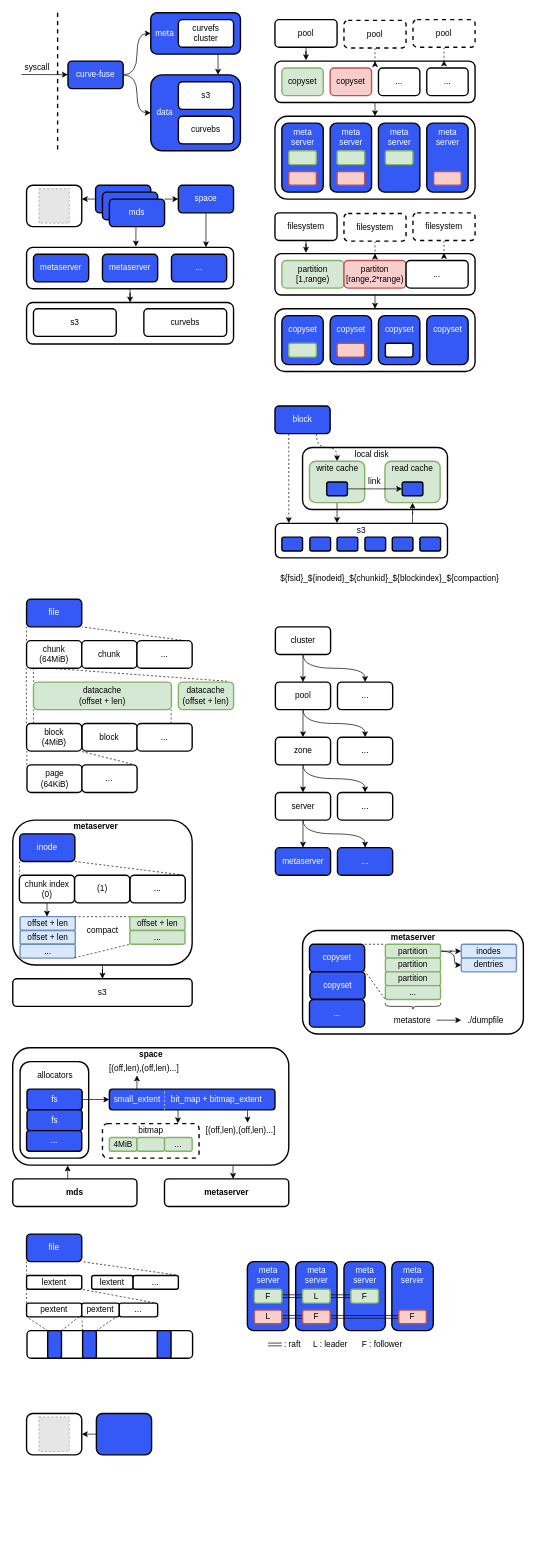
Above: page "curvefs" (1 of 2) of curve/curve.drawio in EarthWind/deeparch (draw.io), before the change. Source tidied: cells renumbered, new cells numbered last; positions are measured from the earlier drawing's top-left corner, leaving out a move shared by most shapes. Both pictures are drawn from the tidied source at 69%, with x=0, y=0 at pixel (12, 12). Pictures stored in the file or linked from it are replaced by grey dashed boxes.
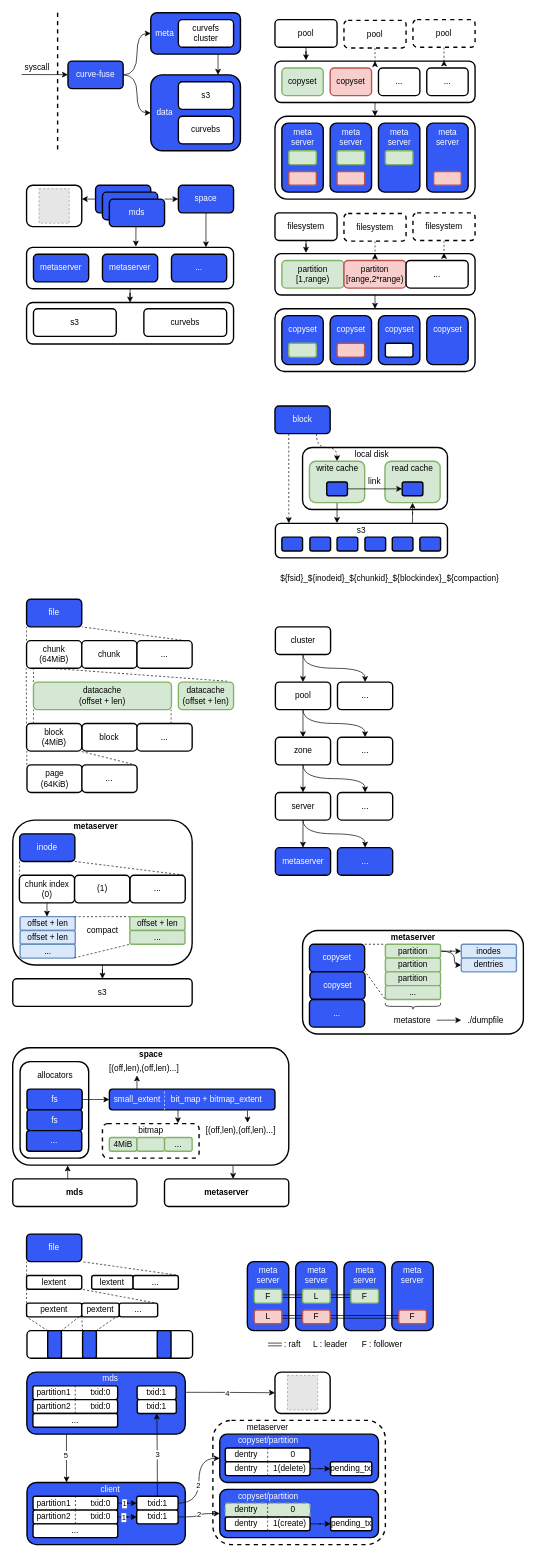
The same diagram, later.

Unchanged cells that the change refers to:
```xml
<mxCell id="254" style="rounded=1;whiteSpace=wrap;html=1;strokeWidth=2;fillWeight=1;hachureGap=4;hachureAngle=45;sketch=0;shadow=0;" parent="253" vertex="1">
  <mxGeometry width="80" height="60" as="geometry" />
</mxCell>
```

Diff of the diagram source:
```diff
@@
+    <mxCell id="257" style="rounded=1;whiteSpace=wrap;html=1;strokeWidth=2;fillWeight=1;hachureGap=4;hachureAngle=45;sketch=0;shadow=0;dashed=1;" parent="1" vertex="1">
+      <mxGeometry x="290" y="2040" width="250" height="180" as="geometry" />
+    </mxCell>
@@
-    <mxCell id="252" style="edgeStyle=orthogonalEdgeStyle;curved=1;rounded=0;sketch=0;jettySize=auto;html=1;fontColor=#FFFFFF;exitX=0;exitY=0.5;exitDx=0;exitDy=0;" parent="1" edge="1" source="256">
-      <mxGeometry relative="1" as="geometry">
-        <mxPoint x="100" y="2060" as="targetPoint" />
-      </mxGeometry>
+    <mxCell id="252" style="edgeStyle=orthogonalEdgeStyle;curved=1;rounded=0;sketch=0;jettySize=auto;html=1;fontColor=#FFFFFF;exitX=0.998;exitY=0.326;exitDx=0;exitDy=0;entryX=0;entryY=0.5;entryDx=0;entryDy=0;exitPerimeter=0;" parent="1" edge="1" source="256" target="254">
+      <mxGeometry relative="1" as="geometry" />
     </mxCell>
+    <mxCell id="258" value="4" style="edgeLabel;html=1;align=center;verticalAlign=middle;fontColor=#000000;" parent="252" vertex="1">
+      <mxGeometry x="-0.2" relative="1" as="geometry">
+        <mxPoint x="9" y="1" as="offset" />
+      </mxGeometry>
+    </mxCell>
     <mxCell id="253" style="group;" parent="1" vertex="1">
-      <mxGeometry x="20" y="2030" width="80" height="60" as="geometry" />
+      <mxGeometry x="380" y="1970" width="80" height="60" as="geometry" />
     </mxCell>
@@
+    <mxCell id="259" style="edgeStyle=orthogonalEdgeStyle;curved=1;rounded=0;jettySize=auto;html=1;fontColor=#000000;startArrow=none;startFill=0;strokeColor=#000000;exitX=0.25;exitY=1;exitDx=0;exitDy=0;entryX=0.25;entryY=0;entryDx=0;entryDy=0;" parent="1" edge="1" source="256" target="274">
+      <mxGeometry relative="1" as="geometry" />
+    </mxCell>
+    <mxCell id="260" value="5" style="edgeLabel;html=1;align=center;verticalAlign=middle;fontColor=#000000;" parent="259" vertex="1">
+      <mxGeometry x="-0.14" y="-1" relative="1" as="geometry" />
+    </mxCell>
     <mxCell id="256" style="rounded=1;whiteSpace=wrap;html=1;strokeWidth=2;fillWeight=1;hachureGap=4;hachureAngle=45;fillColor=#3459F4;sketch=0;shadow=0;fontColor=#FFFFFF;" parent="1" vertex="1">
-      <mxGeometry x="121.2" y="2030" width="80" height="60" as="geometry" />
+      <mxGeometry x="20.4" y="1970" width="229.6" height="90" as="geometry" />
     </mxCell>
+    <mxCell id="261" style="group;" parent="1" vertex="1">
+      <mxGeometry x="29.2" y="1990" width="122.8" height="20" as="geometry" />
+    </mxCell>
+    <mxCell id="262" style="rounded=1;whiteSpace=wrap;html=1;strokeWidth=2;fillWeight=1;hachureGap=4;hachureAngle=45;sketch=0;shadow=0;" parent="261" vertex="1">
+      <mxGeometry width="122.8" height="20" as="geometry" />
+    </mxCell>
+    <mxCell id="263" value="partition1" style="text;html=1;align=center;verticalAlign=middle;strokeColor=none;fillColor=none;" parent="261" vertex="1">
+      <mxGeometry width="60" height="20" as="geometry" />
+    </mxCell>
+    <mxCell id="264" style="endArrow=none;dashed=1;html=1;rounded=0;curved=1;entryX=0.5;entryY=0;entryDx=0;entryDy=0;exitX=0.5;exitY=1;exitDx=0;exitDy=0;" parent="261" edge="1" source="262" target="262">
+      <mxGeometry relative="1" as="geometry" />
+    </mxCell>
+    <mxCell id="265" value="txid:0" style="text;html=1;align=center;verticalAlign=middle;strokeColor=none;fillColor=none;" parent="261" vertex="1">
+      <mxGeometry x="77.8" width="40" height="20" as="geometry" />
+    </mxCell>
+    <mxCell id="266" style="group;" parent="1" vertex="1">
+      <mxGeometry x="29.2" y="2010" width="122.8" height="20" as="geometry" />
+    </mxCell>
+    <mxCell id="267" style="rounded=1;whiteSpace=wrap;html=1;strokeWidth=2;fillWeight=1;hachureGap=4;hachureAngle=45;sketch=0;shadow=0;" parent="266" vertex="1">
+      <mxGeometry width="122.8" height="20" as="geometry" />
+    </mxCell>
+    <mxCell id="268" value="partition2" style="text;html=1;align=center;verticalAlign=middle;strokeColor=none;fillColor=none;" parent="266" vertex="1">
+      <mxGeometry width="60" height="20" as="geometry" />
+    </mxCell>
+    <mxCell id="269" style="endArrow=none;dashed=1;html=1;rounded=0;curved=1;entryX=0.5;entryY=0;entryDx=0;entryDy=0;exitX=0.5;exitY=1;exitDx=0;exitDy=0;" parent="266" edge="1" source="267" target="267">
+      <mxGeometry relative="1" as="geometry" />
+    </mxCell>
+    <mxCell id="270" value="txid:0" style="text;html=1;align=center;verticalAlign=middle;strokeColor=none;fillColor=none;" parent="266" vertex="1">
+      <mxGeometry x="77.8" width="40" height="20" as="geometry" />
+    </mxCell>
+    <mxCell id="271" style="group;" parent="1" vertex="1">
+      <mxGeometry x="29.2" y="2030" width="122.8" height="20" as="geometry" />
+    </mxCell>
+    <mxCell id="272" value="..." style="rounded=1;whiteSpace=wrap;html=1;strokeWidth=2;fillWeight=1;hachureGap=4;hachureAngle=45;sketch=0;shadow=0;" parent="271" vertex="1">
+      <mxGeometry width="122.8" height="20" as="geometry" />
+    </mxCell>
+    <mxCell id="273" value="mds" style="text;html=1;align=center;verticalAlign=middle;strokeColor=none;fillColor=none;fontColor=#FFFFFF;" parent="1" vertex="1">
+      <mxGeometry x="121.2" y="1970" width="40" height="20" as="geometry" />
+    </mxCell>
+    <mxCell id="274" style="rounded=1;whiteSpace=wrap;html=1;strokeWidth=2;fillWeight=1;hachureGap=4;hachureAngle=45;fillColor=#3459F4;sketch=0;shadow=0;fontColor=#FFFFFF;" parent="1" vertex="1">
+      <mxGeometry x="20.6" y="2130" width="229.4" height="90" as="geometry" />
+    </mxCell>
+    <mxCell id="275" style="group;" parent="1" vertex="1">
+      <mxGeometry x="29.4" y="2150" width="137.8" height="20" as="geometry" />
+    </mxCell>
+    <mxCell id="276" style="rounded=1;whiteSpace=wrap;html=1;strokeWidth=2;fillWeight=1;hachureGap=4;hachureAngle=45;sketch=0;shadow=0;" parent="275" vertex="1">
+      <mxGeometry width="122.8" height="20" as="geometry" />
+    </mxCell>
+    <mxCell id="277" value="partition1" style="text;html=1;align=center;verticalAlign=middle;strokeColor=none;fillColor=none;" parent="275" vertex="1">
+      <mxGeometry width="60" height="20" as="geometry" />
+    </mxCell>
+    <mxCell id="278" style="endArrow=none;dashed=1;html=1;rounded=0;curved=1;entryX=0.5;entryY=0;entryDx=0;entryDy=0;exitX=0.5;exitY=1;exitDx=0;exitDy=0;" parent="275" edge="1" source="276" target="276">
+      <mxGeometry relative="1" as="geometry" />
+    </mxCell>
+    <mxCell id="279" value="txid:0" style="text;html=1;align=center;verticalAlign=middle;strokeColor=none;fillColor=none;" parent="275" vertex="1">
+      <mxGeometry x="77.8" width="40" height="20" as="geometry" />
+    </mxCell>
+    <mxCell id="280" style="group;" parent="1" vertex="1">
+      <mxGeometry x="29.4" y="2170" width="122.8" height="20" as="geometry" />
+    </mxCell>
+    <mxCell id="281" style="rounded=1;whiteSpace=wrap;html=1;strokeWidth=2;fillWeight=1;hachureGap=4;hachureAngle=45;sketch=0;shadow=0;" parent="280" vertex="1">
+      <mxGeometry width="122.8" height="20" as="geometry" />
+    </mxCell>
+    <mxCell id="282" value="partition2" style="text;html=1;align=center;verticalAlign=middle;strokeColor=none;fillColor=none;" parent="280" vertex="1">
+      <mxGeometry width="60" height="20" as="geometry" />
+    </mxCell>
+    <mxCell id="283" style="endArrow=none;dashed=1;html=1;rounded=0;curved=1;entryX=0.5;entryY=0;entryDx=0;entryDy=0;exitX=0.5;exitY=1;exitDx=0;exitDy=0;" parent="280" edge="1" source="281" target="281">
+      <mxGeometry relative="1" as="geometry" />
+    </mxCell>
+    <mxCell id="284" value="txid:0" style="text;html=1;align=center;verticalAlign=middle;strokeColor=none;fillColor=none;" parent="280" vertex="1">
+      <mxGeometry x="77.8" width="40" height="20" as="geometry" />
+    </mxCell>
+    <mxCell id="285" style="group;" parent="1" vertex="1">
+      <mxGeometry x="29.4" y="2190" width="122.8" height="20" as="geometry" />
+    </mxCell>
+    <mxCell id="286" value="..." style="rounded=1;whiteSpace=wrap;html=1;strokeWidth=2;fillWeight=1;hachureGap=4;hachureAngle=45;sketch=0;shadow=0;" parent="285" vertex="1">
+      <mxGeometry width="122.8" height="20" as="geometry" />
+    </mxCell>
+    <mxCell id="287" value="client" style="text;html=1;align=center;verticalAlign=middle;strokeColor=none;fillColor=none;fontColor=#FFFFFF;" parent="1" vertex="1">
+      <mxGeometry x="121.2" y="2130" width="40" height="20" as="geometry" />
+    </mxCell>
+    <mxCell id="288" style="rounded=1;whiteSpace=wrap;html=1;strokeWidth=2;fillWeight=1;hachureGap=4;hachureAngle=45;fillColor=#3459F4;sketch=0;shadow=0;fontColor=#FFFFFF;" parent="1" vertex="1">
+      <mxGeometry x="300" y="2060" width="230" height="70" as="geometry" />
+    </mxCell>
+    <mxCell id="289" style="group;" parent="1" vertex="1">
+      <mxGeometry x="308" y="2080" width="122.8" height="20" as="geometry" />
+    </mxCell>
+    <mxCell id="290" style="rounded=1;whiteSpace=wrap;html=1;strokeWidth=2;fillWeight=1;hachureGap=4;hachureAngle=45;sketch=0;shadow=0;" parent="289" vertex="1">
+      <mxGeometry width="122.8" height="20" as="geometry" />
+    </mxCell>
+    <mxCell id="291" value="dentry" style="text;html=1;align=center;verticalAlign=middle;strokeColor=none;fillColor=none;" parent="289" vertex="1">
+      <mxGeometry x="5" width="50" height="20" as="geometry" />
+    </mxCell>
+    <mxCell id="292" style="endArrow=none;dashed=1;html=1;rounded=0;curved=1;entryX=0.5;entryY=0;entryDx=0;entryDy=0;exitX=0.5;exitY=1;exitDx=0;exitDy=0;" parent="289" edge="1" source="290" target="290">
+      <mxGeometry relative="1" as="geometry" />
+    </mxCell>
+    <mxCell id="293" value="0" style="text;html=1;align=center;verticalAlign=middle;strokeColor=none;fillColor=none;" parent="289" vertex="1">
+      <mxGeometry x="87.8" width="20" height="20" as="geometry" />
+    </mxCell>
+    <mxCell id="294" value="copyset/partition" style="text;html=1;align=center;verticalAlign=middle;strokeColor=none;fillColor=none;fontColor=#FFFFFF;" parent="1" vertex="1">
+      <mxGeometry x="320.2" y="2060" width="100" height="20" as="geometry" />
+    </mxCell>
+    <mxCell id="295" style="rounded=1;whiteSpace=wrap;html=1;strokeWidth=2;fillWeight=1;hachureGap=4;hachureAngle=45;fillColor=#3459F4;sketch=0;shadow=0;fontColor=#FFFFFF;" parent="1" vertex="1">
+      <mxGeometry x="300" y="2140" width="230" height="70" as="geometry" />
+    </mxCell>
+    <mxCell id="296" value="copyset/partition" style="text;html=1;align=center;verticalAlign=middle;strokeColor=none;fillColor=none;fontColor=#FFFFFF;" parent="1" vertex="1">
+      <mxGeometry x="320.2" y="2140" width="100" height="20" as="geometry" />
+    </mxCell>
+    <mxCell id="297" value="metaserver" style="text;html=1;align=center;verticalAlign=middle;strokeColor=none;fillColor=none;fontColor=#000000;" parent="1" vertex="1">
+      <mxGeometry x="329.4" y="2040" width="80" height="20" as="geometry" />
+    </mxCell>
+    <mxCell id="298" style="group;" parent="1" vertex="1">
+      <mxGeometry x="179.6" y="2150" width="60" height="20" as="geometry" />
+    </mxCell>
+    <mxCell id="299" value="txid:1" style="rounded=1;whiteSpace=wrap;html=1;strokeWidth=2;fillWeight=1;hachureGap=4;hachureAngle=45;sketch=0;shadow=0;" parent="298" vertex="1">
+      <mxGeometry width="60" height="20" as="geometry" />
+    </mxCell>
+    <mxCell id="300" style="group;" parent="1" vertex="1">
+      <mxGeometry x="179.6" y="2170" width="60" height="20" as="geometry" />
+    </mxCell>
+    <mxCell id="301" value="txid:1" style="rounded=1;whiteSpace=wrap;html=1;strokeWidth=2;fillWeight=1;hachureGap=4;hachureAngle=45;sketch=0;shadow=0;" parent="300" vertex="1">
+      <mxGeometry width="60" height="20" as="geometry" />
+    </mxCell>
+    <mxCell id="302" style="edgeStyle=orthogonalEdgeStyle;curved=1;rounded=0;jettySize=auto;html=1;fontColor=#000000;startArrow=none;startFill=0;entryX=0;entryY=0.5;entryDx=0;entryDy=0;strokeColor=#000000;" parent="1" edge="1" source="276" target="299">
+      <mxGeometry relative="1" as="geometry" />
+    </mxCell>
+    <mxCell id="303" value="1" style="edgeLabel;html=1;align=center;verticalAlign=middle;fontColor=#000000;" parent="302" vertex="1">
+      <mxGeometry x="-0.29" relative="1" as="geometry">
+        <mxPoint x="-10" as="offset" />
+      </mxGeometry>
+    </mxCell>
+    <mxCell id="304" style="edgeStyle=orthogonalEdgeStyle;curved=1;rounded=0;jettySize=auto;html=1;fontColor=#000000;startArrow=none;startFill=0;strokeColor=#000000;" parent="1" edge="1" source="281" target="301">
+      <mxGeometry relative="1" as="geometry" />
+    </mxCell>
+    <mxCell id="305" value="1" style="edgeLabel;html=1;align=center;verticalAlign=middle;fontColor=#000000;" parent="304" vertex="1">
+      <mxGeometry x="-0.31" y="1" relative="1" as="geometry">
+        <mxPoint x="-10" y="1" as="offset" />
+      </mxGeometry>
+    </mxCell>
+    <mxCell id="306" style="group;" parent="1" vertex="1">
+      <mxGeometry x="180.2" y="1990" width="56.6" height="20" as="geometry" />
+    </mxCell>
+    <mxCell id="307" value="txid:1" style="rounded=1;whiteSpace=wrap;html=1;strokeWidth=2;fillWeight=1;hachureGap=4;hachureAngle=45;sketch=0;shadow=0;" parent="306" vertex="1">
+      <mxGeometry width="56.6" height="20" as="geometry" />
+    </mxCell>
+    <mxCell id="308" style="group;" parent="1" vertex="1">
+      <mxGeometry x="180.4" y="2010" width="56.6" height="20" as="geometry" />
+    </mxCell>
+    <mxCell id="309" value="txid:1" style="rounded=1;whiteSpace=wrap;html=1;strokeWidth=2;fillWeight=1;hachureGap=4;hachureAngle=45;sketch=0;shadow=0;" parent="308" vertex="1">
+      <mxGeometry width="56.6" height="20" as="geometry" />
+    </mxCell>
+    <mxCell id="310" style="group;" parent="1" vertex="1">
+      <mxGeometry x="308" y="2100" width="127.8" height="20" as="geometry" />
+    </mxCell>
+    <mxCell id="311" style="rounded=1;whiteSpace=wrap;html=1;strokeWidth=2;fillWeight=1;hachureGap=4;hachureAngle=45;sketch=0;shadow=0;" parent="310" vertex="1">
+      <mxGeometry width="122.8" height="20" as="geometry" />
+    </mxCell>
+    <mxCell id="312" value="dentry" style="text;html=1;align=center;verticalAlign=middle;strokeColor=none;fillColor=none;" parent="310" vertex="1">
+      <mxGeometry x="5" width="50" height="20" as="geometry" />
+    </mxCell>
+    <mxCell id="313" style="endArrow=none;dashed=1;html=1;rounded=0;curved=1;entryX=0.5;entryY=0;entryDx=0;entryDy=0;exitX=0.5;exitY=1;exitDx=0;exitDy=0;" parent="310" edge="1" source="311" target="311">
+      <mxGeometry relative="1" as="geometry" />
+    </mxCell>
+    <mxCell id="314" value="1(delete)" style="text;html=1;align=center;verticalAlign=middle;points=[];strokeColor=none;fillColor=none;" parent="310" vertex="1">
+      <mxGeometry x="62.8" width="60" height="20" as="geometry" />
+    </mxCell>
+    <mxCell id="315" style="rounded=1;whiteSpace=wrap;html=1;strokeWidth=2;fillWeight=1;hachureGap=4;hachureAngle=45;sketch=0;shadow=0;dashed=1;fillColor=#d5e8d4;strokeColor=#82b366;" parent="1" vertex="1">
+      <mxGeometry x="308" y="2160" width="122.8" height="20" as="geometry" />
+    </mxCell>
+    <mxCell id="316" value="dentry" style="text;html=1;align=center;verticalAlign=middle;strokeColor=none;fillColor=none;" parent="1" vertex="1">
+      <mxGeometry x="313" y="2160" width="50" height="20" as="geometry" />
+    </mxCell>
+    <mxCell id="317" style="endArrow=none;dashed=1;html=1;rounded=0;curved=1;entryX=0.5;entryY=0;entryDx=0;entryDy=0;exitX=0.5;exitY=1;exitDx=0;exitDy=0;" parent="1" edge="1" source="315" target="315">
+      <mxGeometry relative="1" as="geometry" />
+    </mxCell>
+    <mxCell id="318" value="0" style="text;html=1;align=center;verticalAlign=middle;strokeColor=none;fillColor=none;" parent="1" vertex="1">
+      <mxGeometry x="395.8" y="2160" width="20" height="20" as="geometry" />
+    </mxCell>
+    <mxCell id="319" style="group;" parent="1" vertex="1">
+      <mxGeometry x="308" y="2180" width="127.8" height="20" as="geometry" />
+    </mxCell>
+    <mxCell id="320" style="rounded=1;whiteSpace=wrap;html=1;strokeWidth=2;fillWeight=1;hachureGap=4;hachureAngle=45;sketch=0;shadow=0;" parent="319" vertex="1">
+      <mxGeometry width="122.8" height="20" as="geometry" />
+    </mxCell>
+    <mxCell id="321" value="dentry" style="text;html=1;align=center;verticalAlign=middle;strokeColor=none;fillColor=none;" parent="319" vertex="1">
+      <mxGeometry x="5" width="50" height="20" as="geometry" />
+    </mxCell>
+    <mxCell id="322" style="endArrow=none;dashed=1;html=1;rounded=0;curved=1;entryX=0.5;entryY=0;entryDx=0;entryDy=0;exitX=0.5;exitY=1;exitDx=0;exitDy=0;" parent="319" edge="1" source="320" target="320">
+      <mxGeometry relative="1" as="geometry" />
+    </mxCell>
+    <mxCell id="323" value="1(create)" style="text;html=1;align=center;verticalAlign=middle;points=[];strokeColor=none;fillColor=none;" parent="319" vertex="1">
+      <mxGeometry x="62.8" width="60" height="20" as="geometry" />
+    </mxCell>
+    <mxCell id="324" style="edgeStyle=orthogonalEdgeStyle;curved=1;rounded=0;jettySize=auto;html=1;entryX=0;entryY=0.5;entryDx=0;entryDy=0;fontColor=#000000;startArrow=none;startFill=0;strokeColor=#000000;" parent="1" edge="1" source="299" target="288">
+      <mxGeometry relative="1" as="geometry" />
+    </mxCell>
+    <mxCell id="325" value="2" style="edgeLabel;html=1;align=center;verticalAlign=middle;fontColor=#000000;" parent="324" vertex="1">
+      <mxGeometry x="-0.11" y="1" relative="1" as="geometry" />
+    </mxCell>
+    <mxCell id="326" style="edgeStyle=orthogonalEdgeStyle;curved=1;rounded=0;jettySize=auto;html=1;entryX=0.5;entryY=1;entryDx=0;entryDy=0;fontColor=#000000;startArrow=none;startFill=0;strokeColor=#000000;" parent="1" edge="1" source="299" target="309">
+      <mxGeometry relative="1" as="geometry">
+        <Array as="points">
+          <mxPoint x="210" y="2090" />
+          <mxPoint x="209" y="2090" />
+        </Array>
+      </mxGeometry>
+    </mxCell>
+    <mxCell id="327" value="3" style="edgeLabel;html=1;align=center;verticalAlign=middle;fontColor=#000000;" parent="326" vertex="1">
+      <mxGeometry x="0.11" relative="1" as="geometry">
+        <mxPoint y="6" as="offset" />
+      </mxGeometry>
+    </mxCell>
+    <mxCell id="328" style="edgeStyle=orthogonalEdgeStyle;curved=1;rounded=0;jettySize=auto;html=1;entryX=0;entryY=0.5;entryDx=0;entryDy=0;fontColor=#000000;startArrow=none;startFill=0;strokeColor=#000000;" parent="1" edge="1" source="301" target="295">
+      <mxGeometry relative="1" as="geometry" />
+    </mxCell>
+    <mxCell id="329" value="2" style="edgeLabel;html=1;align=center;verticalAlign=middle;fontColor=#000000;" parent="328" vertex="1">
+      <mxGeometry x="-0.26" y="1" relative="1" as="geometry">
+        <mxPoint x="6" y="-4" as="offset" />
+      </mxGeometry>
+    </mxCell>
+    <mxCell id="330" style="group;" parent="1" vertex="1">
+      <mxGeometry x="460.6" y="2180" width="60" height="20" as="geometry" />
+    </mxCell>
+    <mxCell id="331" value="pending_tx" style="rounded=1;whiteSpace=wrap;html=1;strokeWidth=2;fillWeight=1;hachureGap=4;hachureAngle=45;sketch=0;shadow=0;" parent="330" vertex="1">
+      <mxGeometry width="60" height="20" as="geometry" />
+    </mxCell>
+    <mxCell id="332" style="edgeStyle=orthogonalEdgeStyle;curved=1;rounded=0;jettySize=auto;html=1;fontColor=#000000;startArrow=none;startFill=0;strokeColor=#000000;" parent="1" edge="1" source="323" target="331">
+      <mxGeometry relative="1" as="geometry" />
+    </mxCell>
+    <mxCell id="333" style="group;" parent="1" vertex="1">
+      <mxGeometry x="460.3" y="2100" width="60" height="20" as="geometry" />
+    </mxCell>
+    <mxCell id="334" value="pending_tx" style="rounded=1;whiteSpace=wrap;html=1;strokeWidth=2;fillWeight=1;hachureGap=4;hachureAngle=45;sketch=0;shadow=0;" parent="333" vertex="1">
+      <mxGeometry width="60" height="20" as="geometry" />
+    </mxCell>
+    <mxCell id="335" style="edgeStyle=orthogonalEdgeStyle;curved=1;rounded=0;jettySize=auto;html=1;fontColor=#000000;startArrow=none;startFill=0;strokeColor=#000000;" parent="1" edge="1" source="314" target="334">
+      <mxGeometry relative="1" as="geometry" />
+    </mxCell>
```
